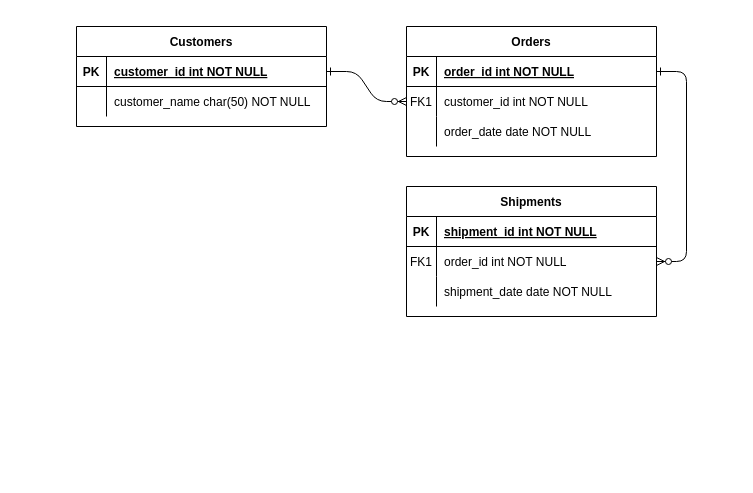
This is GTF-TT_Question5.drawio from abrambhanvaji/python-gtf, a draw.io file, before an edit. Source tidied: cells renumbered, new cells numbered last; positions are measured from the earlier drawing's top-left corner, leaving out a move shared by most shapes. Both pictures are drawn from the tidied source at 100%, with x=0, y=0 at pixel (76, 26).
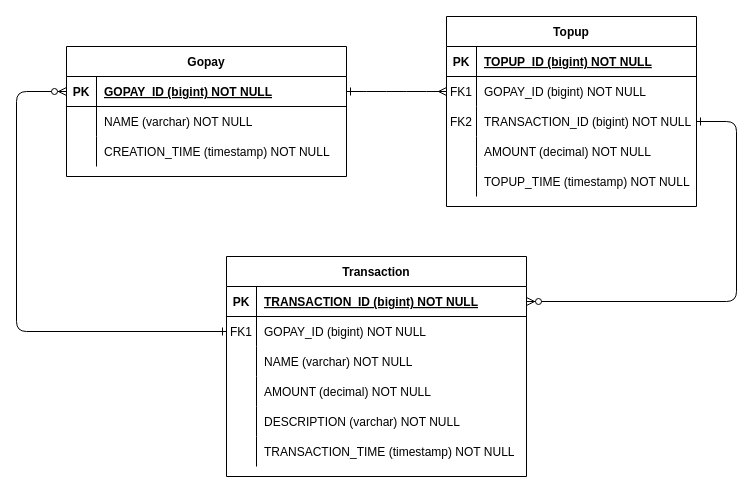
Above is the later version.

The change refers to these unchanged cells:
```xml
<mxCell id="5" style="shape=partialRectangle;fillColor=none;points=[[0,0.5],[1,0.5]];portConstraint=eastwest;top=0;left=0;right=0;bottom=1;" parent="4" vertex="1">
  <mxGeometry y="30" width="250" height="30" as="geometry" />
</mxCell>
<mxCell id="8" style="shape=partialRectangle;fillColor=none;points=[[0,0.5],[1,0.5]];portConstraint=eastwest;top=0;left=0;right=0;bottom=0;" parent="4" vertex="1">
  <mxGeometry y="60" width="250" height="30" as="geometry" />
</mxCell>
<mxCell id="11" style="shape=partialRectangle;fillColor=none;points=[[0,0.5],[1,0.5]];portConstraint=eastwest;top=0;left=0;right=0;bottom=0;" parent="4" vertex="1">
  <mxGeometry y="90" width="250" height="30" as="geometry" />
</mxCell>
```

What changed in the source:
```diff
@@
-    <mxCell id="2" style="edgeStyle=entityRelationEdgeStyle;endArrow=ERzeroToMany;startArrow=ERone;endFill=1;startFill=0;" parent="1" edge="1" source="25" target="8">
+    <mxCell id="2" style="edgeStyle=entityRelationEdgeStyle;endArrow=ERmany;startArrow=ERone;endFill=0;startFill=0;" parent="1" edge="1" source="25" target="8">
       <mxGeometry relative="1" as="geometry" />
     </mxCell>
-    <mxCell id="3" style="edgeStyle=entityRelationEdgeStyle;endArrow=ERzeroToMany;startArrow=ERone;endFill=1;startFill=0;" parent="1" edge="1" source="5" target="18">
-      <mxGeometry relative="1" as="geometry" />
+    <mxCell id="3" style="edgeStyle=orthogonalEdgeStyle;endArrow=ERzeroToMany;startArrow=ERone;endFill=1;startFill=0;exitX=1;exitY=0.5;exitDx=0;exitDy=0;entryX=1;entryY=0.5;entryDx=0;entryDy=0;" parent="1" edge="1" source="11" target="15">
+      <mxGeometry relative="1" as="geometry">
+        <Array as="points">
+          <mxPoint x="660" y="95" />
+          <mxPoint x="660" y="275" />
+        </Array>
+      </mxGeometry>
     </mxCell>
-    <mxCell id="4" value="Orders" style="shape=table;startSize=30;childLayout=tableLayout;rowLines=0;fontStyle=1;align=center;" parent="1" vertex="1">
-      <mxGeometry x="330" width="250" height="130" as="geometry" />
+    <mxCell id="4" value="Topup" style="shape=table;startSize=30;childLayout=tableLayout;rowLines=0;fontStyle=1;align=center;" parent="1" vertex="1">
+      <mxGeometry x="370" y="-10" width="250" height="190" as="geometry" />
     </mxCell>
@@
-    <mxCell id="7" value="order_id int NOT NULL " style="shape=partialRectangle;overflow=hidden;fillColor=none;top=0;left=0;bottom=0;right=0;align=left;spacingLeft=6;fontStyle=5;" parent="5" vertex="1">
+    <mxCell id="7" value="TOPUP_ID (bigint) NOT NULL " style="shape=partialRectangle;overflow=hidden;fillColor=none;top=0;left=0;bottom=0;right=0;align=left;spacingLeft=6;fontStyle=5;" parent="5" vertex="1">
       <mxGeometry x="30" width="220" height="30" as="geometry" />
     </mxCell>
@@
-    <mxCell id="10" value="customer_id int NOT NULL" style="shape=partialRectangle;overflow=hidden;fillColor=none;top=0;left=0;bottom=0;right=0;align=left;spacingLeft=6;" parent="8" vertex="1">
+    <mxCell id="10" value="GOPAY_ID (bigint) NOT NULL" style="shape=partialRectangle;overflow=hidden;fillColor=none;top=0;left=0;bottom=0;right=0;align=left;spacingLeft=6;" parent="8" vertex="1">
       <mxGeometry x="30" width="220" height="30" as="geometry" />
     </mxCell>
@@
-    <mxCell id="12" style="shape=partialRectangle;overflow=hidden;fillColor=none;top=0;left=0;bottom=0;right=0;" parent="11" vertex="1">
+    <mxCell id="12" value="FK2" style="shape=partialRectangle;overflow=hidden;fillColor=none;top=0;left=0;bottom=0;right=0;" parent="11" vertex="1">
       <mxGeometry width="30" height="30" as="geometry" />
     </mxCell>
-    <mxCell id="13" value="order_date date NOT NULL" style="shape=partialRectangle;overflow=hidden;fillColor=none;top=0;left=0;bottom=0;right=0;align=left;spacingLeft=6;" parent="11" vertex="1">
+    <mxCell id="13" value="TRANSACTION_ID (bigint) NOT NULL" style="shape=partialRectangle;overflow=hidden;fillColor=none;top=0;left=0;bottom=0;right=0;align=left;spacingLeft=6;" parent="11" vertex="1">
       <mxGeometry x="30" width="220" height="30" as="geometry" />
     </mxCell>
+    <mxCell id="31" style="shape=partialRectangle;fillColor=none;top=0;left=0;right=0;bottom=0;" parent="4" vertex="1">
+      <mxGeometry y="120" width="250" height="30" as="geometry" />
+    </mxCell>
+    <mxCell id="32" style="shape=partialRectangle;overflow=hidden;fillColor=none;top=0;left=0;bottom=0;right=0;" parent="31" vertex="1">
+      <mxGeometry width="30" height="30" as="geometry" />
+    </mxCell>
+    <mxCell id="33" value="AMOUNT (decimal) NOT NULL" style="shape=partialRectangle;overflow=hidden;fillColor=none;top=0;left=0;bottom=0;right=0;align=left;spacingLeft=6;" parent="31" vertex="1">
+      <mxGeometry x="30" width="220" height="30" as="geometry" />
+    </mxCell>
+    <mxCell id="34" style="shape=partialRectangle;fillColor=none;top=0;left=0;right=0;bottom=0;" parent="4" vertex="1">
+      <mxGeometry y="150" width="250" height="30" as="geometry" />
+    </mxCell>
+    <mxCell id="35" style="shape=partialRectangle;overflow=hidden;fillColor=none;top=0;left=0;bottom=0;right=0;" parent="34" vertex="1">
+      <mxGeometry width="30" height="30" as="geometry" />
+    </mxCell>
+    <mxCell id="36" value="TOPUP_TIME (timestamp) NOT NULL" style="shape=partialRectangle;overflow=hidden;fillColor=none;top=0;left=0;bottom=0;right=0;align=left;spacingLeft=6;" parent="34" vertex="1">
+      <mxGeometry x="30" width="220" height="30" as="geometry" />
+    </mxCell>
-    <mxCell id="14" value="Shipments" style="shape=table;startSize=30;childLayout=tableLayout;rowLines=0;fontStyle=1;align=center;" parent="1" vertex="1">
-      <mxGeometry x="330" y="160" width="250" height="130" as="geometry" />
+    <mxCell id="14" value="Transaction" style="shape=table;startSize=30;childLayout=tableLayout;rowLines=0;fontStyle=1;align=center;" parent="1" vertex="1">
+      <mxGeometry x="150" y="230" width="300" height="220" as="geometry" />
     </mxCell>
     <mxCell id="15" style="shape=partialRectangle;fillColor=none;points=[[0,0.5],[1,0.5]];portConstraint=eastwest;top=0;left=0;right=0;bottom=1;" parent="14" vertex="1">
-      <mxGeometry y="30" width="250" height="30" as="geometry" />
+      <mxGeometry y="30" width="300" height="30" as="geometry" />
     </mxCell>
@@
-    <mxCell id="17" value="shipment_id int NOT NULL " style="shape=partialRectangle;overflow=hidden;fillColor=none;top=0;left=0;bottom=0;right=0;align=left;spacingLeft=6;fontStyle=5;" parent="15" vertex="1">
-      <mxGeometry x="30" width="220" height="30" as="geometry" />
+    <mxCell id="17" value="TRANSACTION_ID (bigint) NOT NULL " style="shape=partialRectangle;overflow=hidden;fillColor=none;top=0;left=0;bottom=0;right=0;align=left;spacingLeft=6;fontStyle=5;" parent="15" vertex="1">
+      <mxGeometry x="30" width="270" height="30" as="geometry" />
     </mxCell>
     <mxCell id="18" style="shape=partialRectangle;fillColor=none;points=[[0,0.5],[1,0.5]];portConstraint=eastwest;top=0;left=0;right=0;bottom=0;" parent="14" vertex="1">
-      <mxGeometry y="60" width="250" height="30" as="geometry" />
+      <mxGeometry y="60" width="300" height="30" as="geometry" />
     </mxCell>
@@
-    <mxCell id="20" value="order_id int NOT NULL" style="shape=partialRectangle;overflow=hidden;fillColor=none;top=0;left=0;bottom=0;right=0;align=left;spacingLeft=6;" parent="18" vertex="1">
-      <mxGeometry x="30" width="220" height="30" as="geometry" />
+    <mxCell id="20" value="GOPAY_ID (bigint) NOT NULL" style="shape=partialRectangle;overflow=hidden;fillColor=none;top=0;left=0;bottom=0;right=0;align=left;spacingLeft=6;" parent="18" vertex="1">
+      <mxGeometry x="30" width="270" height="30" as="geometry" />
     </mxCell>
     <mxCell id="21" style="shape=partialRectangle;fillColor=none;top=0;left=0;right=0;bottom=0;" parent="14" vertex="1">
-      <mxGeometry y="90" width="250" height="30" as="geometry" />
+      <mxGeometry y="90" width="300" height="30" as="geometry" />
     </mxCell>
@@
-    <mxCell id="23" value="shipment_date date NOT NULL" style="shape=partialRectangle;overflow=hidden;fillColor=none;top=0;left=0;bottom=0;right=0;align=left;spacingLeft=6;" parent="21" vertex="1">
-      <mxGeometry x="30" width="220" height="30" as="geometry" />
+    <mxCell id="23" value="NAME (varchar) NOT NULL" style="shape=partialRectangle;overflow=hidden;fillColor=none;top=0;left=0;bottom=0;right=0;align=left;spacingLeft=6;" parent="21" vertex="1">
+      <mxGeometry x="30" width="270" height="30" as="geometry" />
     </mxCell>
+    <mxCell id="37" style="shape=partialRectangle;fillColor=none;top=0;left=0;right=0;bottom=0;" parent="14" vertex="1">
+      <mxGeometry y="120" width="300" height="30" as="geometry" />
+    </mxCell>
+    <mxCell id="38" style="shape=partialRectangle;overflow=hidden;fillColor=none;top=0;left=0;bottom=0;right=0;" parent="37" vertex="1">
+      <mxGeometry width="30" height="30" as="geometry" />
+    </mxCell>
+    <mxCell id="39" value="AMOUNT (decimal) NOT NULL" style="shape=partialRectangle;overflow=hidden;fillColor=none;top=0;left=0;bottom=0;right=0;align=left;spacingLeft=6;" parent="37" vertex="1">
+      <mxGeometry x="30" width="270" height="30" as="geometry" />
+    </mxCell>
+    <mxCell id="40" style="shape=partialRectangle;fillColor=none;top=0;left=0;right=0;bottom=0;" parent="14" vertex="1">
+      <mxGeometry y="150" width="300" height="30" as="geometry" />
+    </mxCell>
+    <mxCell id="41" style="shape=partialRectangle;overflow=hidden;fillColor=none;top=0;left=0;bottom=0;right=0;" parent="40" vertex="1">
+      <mxGeometry width="30" height="30" as="geometry" />
+    </mxCell>
+    <mxCell id="42" value="DESCRIPTION (varchar) NOT NULL" style="shape=partialRectangle;overflow=hidden;fillColor=none;top=0;left=0;bottom=0;right=0;align=left;spacingLeft=6;" parent="40" vertex="1">
+      <mxGeometry x="30" width="270" height="30" as="geometry" />
+    </mxCell>
+    <mxCell id="43" style="shape=partialRectangle;fillColor=none;top=0;left=0;right=0;bottom=0;" parent="14" vertex="1">
+      <mxGeometry y="180" width="300" height="30" as="geometry" />
+    </mxCell>
+    <mxCell id="44" style="shape=partialRectangle;overflow=hidden;fillColor=none;top=0;left=0;bottom=0;right=0;" parent="43" vertex="1">
+      <mxGeometry width="30" height="30" as="geometry" />
+    </mxCell>
+    <mxCell id="45" value="TRANSACTION_TIME (timestamp) NOT NULL" style="shape=partialRectangle;overflow=hidden;fillColor=none;top=0;left=0;bottom=0;right=0;align=left;spacingLeft=6;" parent="43" vertex="1">
+      <mxGeometry x="30" width="270" height="30" as="geometry" />
+    </mxCell>
-    <mxCell id="24" value="Customers" style="shape=table;startSize=30;childLayout=tableLayout;rowLines=0;fontStyle=1;align=center;" parent="1" vertex="1">
-      <mxGeometry width="250" height="100" as="geometry" />
+    <mxCell id="24" value="Gopay" style="shape=table;startSize=30;childLayout=tableLayout;rowLines=0;fontStyle=1;align=center;" parent="1" vertex="1">
+      <mxGeometry x="-10" y="20" width="280" height="130" as="geometry" />
     </mxCell>
     <mxCell id="25" style="shape=partialRectangle;fillColor=none;points=[[0,0.5],[1,0.5]];portConstraint=eastwest;top=0;left=0;right=0;bottom=1;" parent="24" vertex="1">
-      <mxGeometry y="30" width="250" height="30" as="geometry" />
+      <mxGeometry y="30" width="280" height="30" as="geometry" />
     </mxCell>
@@
-    <mxCell id="27" value="customer_id int NOT NULL " style="shape=partialRectangle;overflow=hidden;fillColor=none;top=0;left=0;bottom=0;right=0;align=left;spacingLeft=6;fontStyle=5;" parent="25" vertex="1">
-      <mxGeometry x="30" width="220" height="30" as="geometry" />
+    <mxCell id="27" value="GOPAY_ID (bigint) NOT NULL " style="shape=partialRectangle;overflow=hidden;fillColor=none;top=0;left=0;bottom=0;right=0;align=left;spacingLeft=6;fontStyle=5;" parent="25" vertex="1">
+      <mxGeometry x="30" width="250" height="30" as="geometry" />
     </mxCell>
     <mxCell id="28" style="shape=partialRectangle;fillColor=none;top=0;left=0;right=0;bottom=0;" parent="24" vertex="1">
-      <mxGeometry y="60" width="250" height="30" as="geometry" />
+      <mxGeometry y="60" width="280" height="30" as="geometry" />
     </mxCell>
@@
-    <mxCell id="30" value="customer_name char(50) NOT NULL" style="shape=partialRectangle;overflow=hidden;fillColor=none;top=0;left=0;bottom=0;right=0;align=left;spacingLeft=6;" parent="28" vertex="1">
-      <mxGeometry x="30" width="220" height="30" as="geometry" />
+    <mxCell id="30" value="NAME (varchar) NOT NULL" style="shape=partialRectangle;overflow=hidden;fillColor=none;top=0;left=0;bottom=0;right=0;align=left;spacingLeft=6;" parent="28" vertex="1">
+      <mxGeometry x="30" width="250" height="30" as="geometry" />
     </mxCell>
+    <mxCell id="46" style="shape=partialRectangle;fillColor=none;top=0;left=0;right=0;bottom=0;" parent="24" vertex="1">
+      <mxGeometry y="90" width="280" height="30" as="geometry" />
+    </mxCell>
+    <mxCell id="47" style="shape=partialRectangle;overflow=hidden;fillColor=none;top=0;left=0;bottom=0;right=0;" parent="46" vertex="1">
+      <mxGeometry width="30" height="30" as="geometry" />
+    </mxCell>
+    <mxCell id="48" value="CREATION_TIME (timestamp) NOT NULL" style="shape=partialRectangle;overflow=hidden;fillColor=none;top=0;left=0;bottom=0;right=0;align=left;spacingLeft=6;" parent="46" vertex="1">
+      <mxGeometry x="30" width="250" height="30" as="geometry" />
+    </mxCell>
+    <mxCell id="49" style="edgeStyle=orthogonalEdgeStyle;endArrow=ERzeroToMany;startArrow=ERone;endFill=1;startFill=0;exitX=0;exitY=0.5;exitDx=0;exitDy=0;entryX=0;entryY=0.5;entryDx=0;entryDy=0;targetPerimeterSpacing=0;elbow=vertical;" parent="1" edge="1" source="18" target="25">
+      <mxGeometry relative="1" as="geometry">
+        <Array as="points">
+          <mxPoint x="-60" y="305" />
+          <mxPoint x="-60" y="65" />
+        </Array>
+      </mxGeometry>
+    </mxCell>
```
